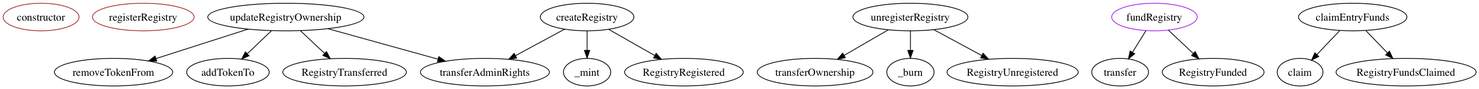
Above: docs/graphs/chaingear/chaingear.png in cybercongress/chaingear (Graphviz), before the change. Its source is kept beside it as docs/graphs/chaingear/chaingear.dot. The source it was exported from:
```dot
strict digraph {
  constructor [color=brown]
  registerRegistry [color=brown]
  updateRegistryOwnership
  transferAdminRights
  removeTokenFrom
  addTokenTo
  RegistryTransferred
  unregisterRegistry
  transferOwnership
  _burn
  RegistryUnregistered
  fundRegistry [color=purple]
  transfer
  RegistryFunded
  claimEntryFunds
  claim
  RegistryFundsClaimed
  createRegistry
  _mint
  RegistryRegistered
  updateRegistryOwnership -> transferAdminRights
  updateRegistryOwnership -> removeTokenFrom
  updateRegistryOwnership -> addTokenTo
  updateRegistryOwnership -> RegistryTransferred
  unregisterRegistry -> transferOwnership
  unregisterRegistry -> _burn
  unregisterRegistry -> RegistryUnregistered
  fundRegistry -> transfer
  fundRegistry -> RegistryFunded
  claimEntryFunds -> claim
  claimEntryFunds -> RegistryFundsClaimed
  createRegistry -> transferAdminRights
  createRegistry -> _mint
  createRegistry -> RegistryRegistered
}
```
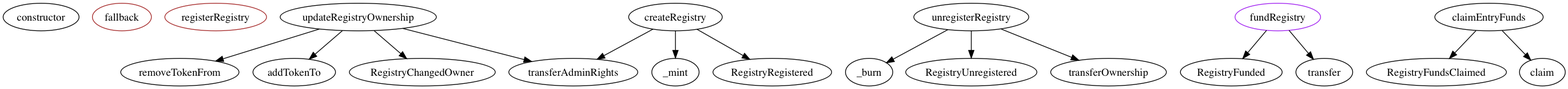
After the commit.

Change to the diagram source:
```diff
@@ -1,36 +1,37 @@
 strict digraph {
-  constructor [color=brown]
+  constructor
+  fallback [color=brown]
   registerRegistry [color=brown]
   updateRegistryOwnership
-  transferAdminRights
   removeTokenFrom
   addTokenTo
-  RegistryTransferred
+  RegistryChangedOwner
+  transferAdminRights
   unregisterRegistry
-  transferOwnership
   _burn
   RegistryUnregistered
+  transferOwnership
   fundRegistry [color=purple]
+  RegistryFunded
   transfer
-  RegistryFunded
   claimEntryFunds
+  RegistryFundsClaimed
   claim
-  RegistryFundsClaimed
   createRegistry
   _mint
   RegistryRegistered
-  updateRegistryOwnership -> transferAdminRights
   updateRegistryOwnership -> removeTokenFrom
   updateRegistryOwnership -> addTokenTo
-  updateRegistryOwnership -> RegistryTransferred
-  unregisterRegistry -> transferOwnership
+  updateRegistryOwnership -> RegistryChangedOwner
+  updateRegistryOwnership -> transferAdminRights
   unregisterRegistry -> _burn
   unregisterRegistry -> RegistryUnregistered
+  unregisterRegistry -> transferOwnership
+  fundRegistry -> RegistryFunded
   fundRegistry -> transfer
-  fundRegistry -> RegistryFunded
+  claimEntryFunds -> RegistryFundsClaimed
   claimEntryFunds -> claim
-  claimEntryFunds -> RegistryFundsClaimed
-  createRegistry -> transferAdminRights
   createRegistry -> _mint
   createRegistry -> RegistryRegistered
+  createRegistry -> transferAdminRights
 }
```
